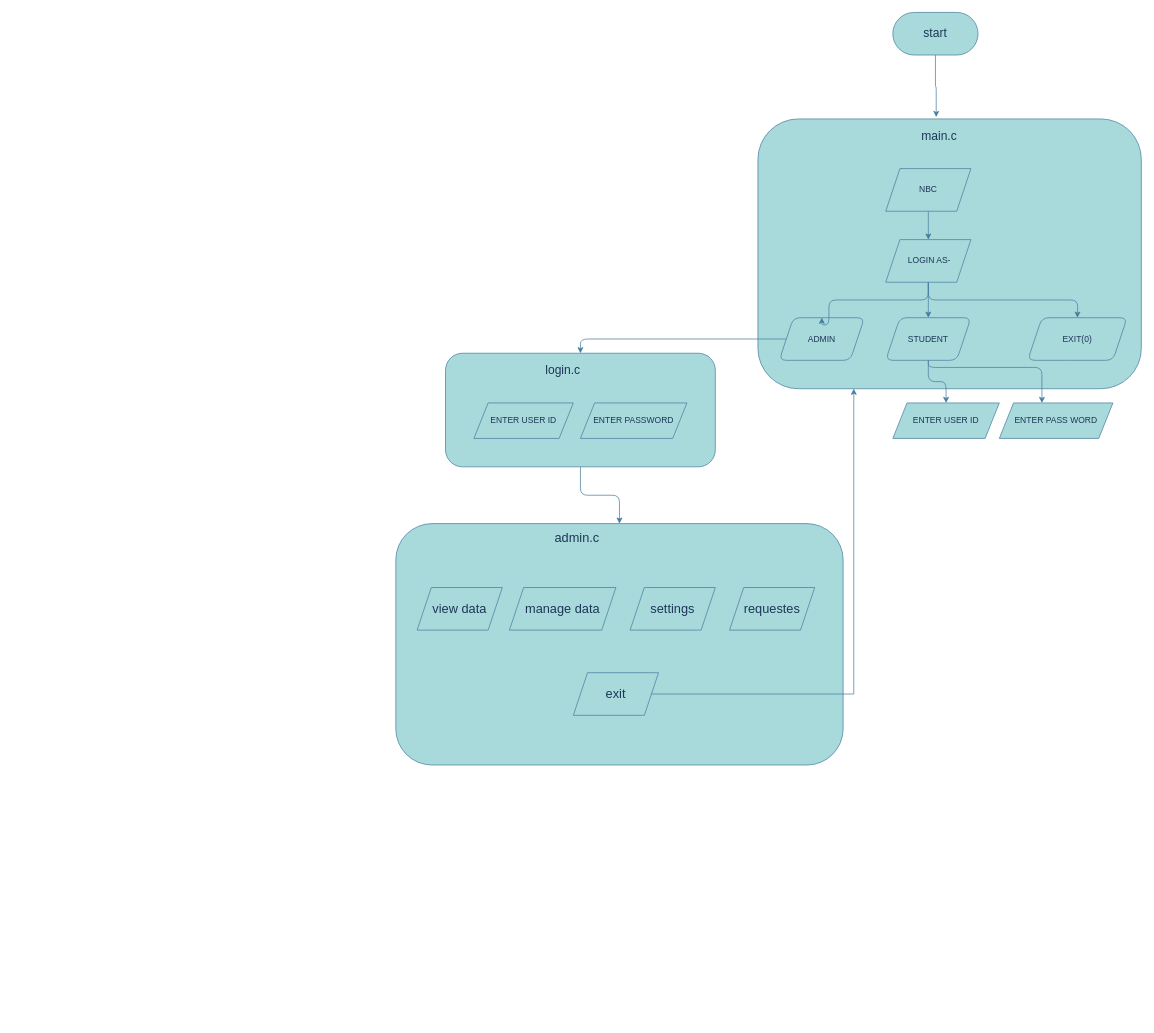
Earlier version of the draw.io diagram NBC.drawio (saha-KUSHAL/nbc). Source tidied: cells renumbered, new cells numbered last; positions are measured from the earlier drawing's top-left corner, leaving out a move shared by most shapes. Both pictures are drawn from the tidied source at 71%, with x=0, y=0 at pixel (395, 12).
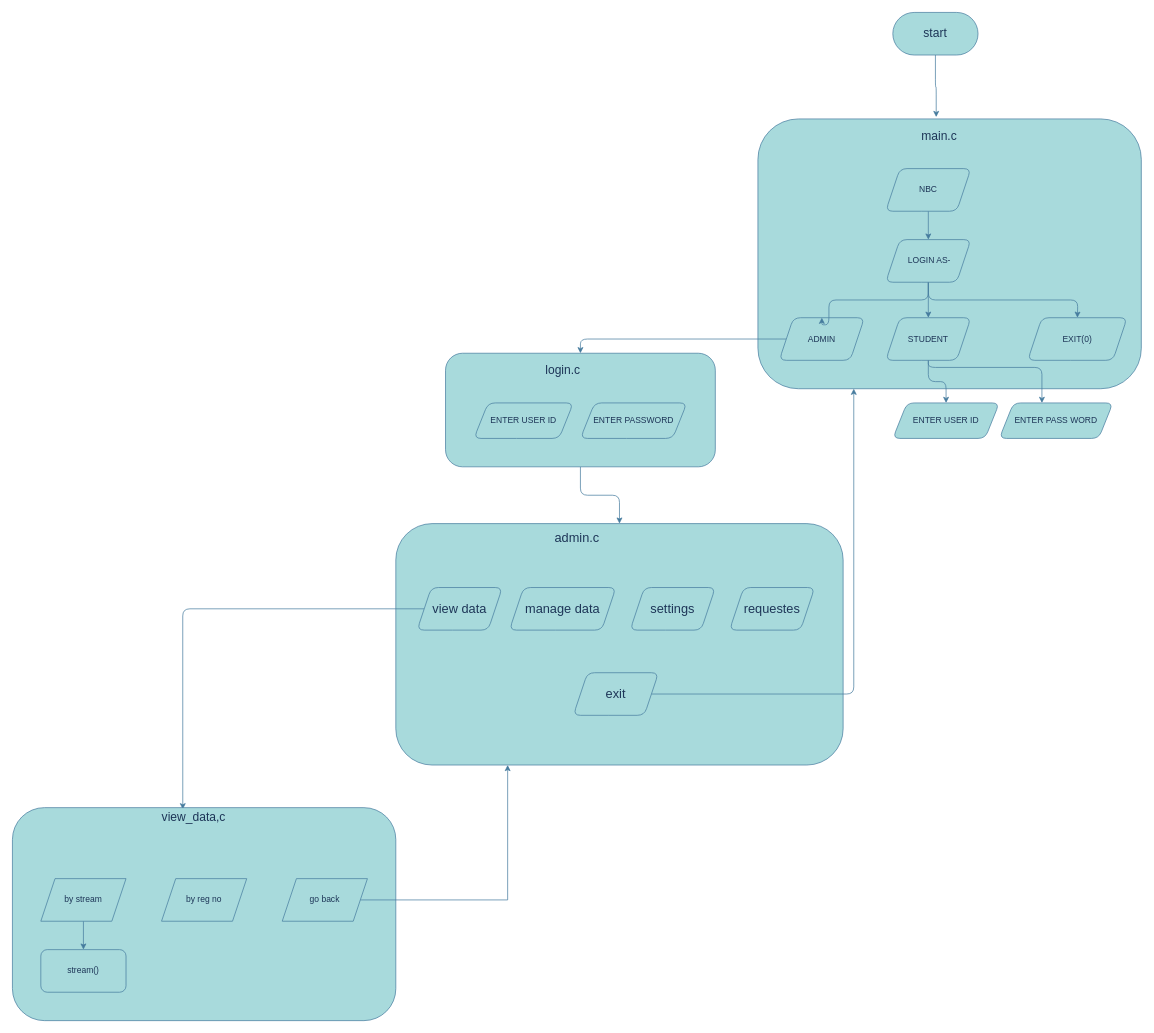
The same diagram, later.

Commit message (it also covers changes not shown here):
view_data flowchart complete

The change refers to these unchanged cells:
```xml
<mxCell id="4" style="rounded=1;whiteSpace=wrap;html=1;labelBackgroundColor=none;fillColor=#A8DADC;strokeColor=#457B9D;fontColor=#1D3557;" parent="1" vertex="1">
  <mxGeometry x="510" y="150" width="540" height="380" as="geometry" />
</mxCell>
<mxCell id="23" style="rounded=1;whiteSpace=wrap;html=1;labelBackgroundColor=none;fillColor=#A8DADC;strokeColor=#457B9D;fontColor=#1D3557;" parent="1" vertex="1">
  <mxGeometry y="720" width="630" height="340" as="geometry" />
</mxCell>
```

Change to the diagram source:
```diff
@@
-    <mxCell id="6" value="NBC" style="shape=parallelogram;perimeter=parallelogramPerimeter;whiteSpace=wrap;html=1;fixedSize=1;fontFamily=Helvetica;fontSize=12;fontColor=#1D3557;align=center;strokeColor=#457B9D;fillColor=#A8DADC;labelBackgroundColor=none;" parent="1" vertex="1">
+    <mxCell id="6" value="NBC" style="shape=parallelogram;perimeter=parallelogramPerimeter;whiteSpace=wrap;html=1;fixedSize=1;fontFamily=Helvetica;fontSize=12;fontColor=#1D3557;align=center;strokeColor=#457B9D;fillColor=#A8DADC;labelBackgroundColor=none;rounded=1;" parent="1" vertex="1">
       <mxGeometry x="690" y="220" width="120" height="60" as="geometry" />
     </mxCell>
@@
-    <mxCell id="12" value="&amp;nbsp;LOGIN AS-" style="shape=parallelogram;perimeter=parallelogramPerimeter;whiteSpace=wrap;html=1;fixedSize=1;fontFamily=Helvetica;fontSize=12;fontColor=#1D3557;align=center;strokeColor=#457B9D;fillColor=#A8DADC;labelBackgroundColor=none;" parent="1" vertex="1">
+    <mxCell id="12" value="&amp;nbsp;LOGIN AS-" style="shape=parallelogram;perimeter=parallelogramPerimeter;whiteSpace=wrap;html=1;fixedSize=1;fontFamily=Helvetica;fontSize=12;fontColor=#1D3557;align=center;strokeColor=#457B9D;fillColor=#A8DADC;labelBackgroundColor=none;rounded=1;" parent="1" vertex="1">
       <mxGeometry x="690" y="320" width="120" height="60" as="geometry" />
     </mxCell>
@@
-    <mxCell id="16" value="ENTER PASSWORD" style="shape=parallelogram;perimeter=parallelogramPerimeter;whiteSpace=wrap;html=1;fixedSize=1;fontFamily=Helvetica;fontSize=12;fontColor=#1D3557;align=center;strokeColor=#457B9D;fillColor=#A8DADC;labelBackgroundColor=none;" parent="1" vertex="1">
+    <mxCell id="16" value="ENTER PASSWORD" style="shape=parallelogram;perimeter=parallelogramPerimeter;whiteSpace=wrap;html=1;fixedSize=1;fontFamily=Helvetica;fontSize=12;fontColor=#1D3557;align=center;strokeColor=#457B9D;fillColor=#A8DADC;labelBackgroundColor=none;rounded=1;" parent="1" vertex="1">
       <mxGeometry x="260" y="550" width="150" height="50" as="geometry" />
     </mxCell>
-    <mxCell id="17" value="ENTER USER ID" style="shape=parallelogram;perimeter=parallelogramPerimeter;whiteSpace=wrap;html=1;fixedSize=1;fontFamily=Helvetica;fontSize=12;fontColor=#1D3557;align=center;strokeColor=#457B9D;fillColor=#A8DADC;labelBackgroundColor=none;" parent="1" vertex="1">
+    <mxCell id="17" value="ENTER USER ID" style="shape=parallelogram;perimeter=parallelogramPerimeter;whiteSpace=wrap;html=1;fixedSize=1;fontFamily=Helvetica;fontSize=12;fontColor=#1D3557;align=center;strokeColor=#457B9D;fillColor=#A8DADC;labelBackgroundColor=none;rounded=1;" parent="1" vertex="1">
       <mxGeometry x="110" y="550" width="140" height="50" as="geometry" />
     </mxCell>
-    <mxCell id="18" value="ENTER USER ID" style="shape=parallelogram;perimeter=parallelogramPerimeter;whiteSpace=wrap;html=1;fixedSize=1;fontFamily=Helvetica;fontSize=12;fontColor=#1D3557;align=center;strokeColor=#457B9D;fillColor=#A8DADC;labelBackgroundColor=none;" parent="1" vertex="1">
+    <mxCell id="18" value="ENTER USER ID" style="shape=parallelogram;perimeter=parallelogramPerimeter;whiteSpace=wrap;html=1;fixedSize=1;fontFamily=Helvetica;fontSize=12;fontColor=#1D3557;align=center;strokeColor=#457B9D;fillColor=#A8DADC;labelBackgroundColor=none;rounded=1;" parent="1" vertex="1">
       <mxGeometry x="700" y="550" width="150" height="50" as="geometry" />
     </mxCell>
-    <mxCell id="19" value="ENTER PASS WORD" style="shape=parallelogram;perimeter=parallelogramPerimeter;whiteSpace=wrap;html=1;fixedSize=1;fontFamily=Helvetica;fontSize=12;fontColor=#1D3557;align=center;strokeColor=#457B9D;fillColor=#A8DADC;labelBackgroundColor=none;" parent="1" vertex="1">
+    <mxCell id="19" value="ENTER PASS WORD" style="shape=parallelogram;perimeter=parallelogramPerimeter;whiteSpace=wrap;html=1;fixedSize=1;fontFamily=Helvetica;fontSize=12;fontColor=#1D3557;align=center;strokeColor=#457B9D;fillColor=#A8DADC;labelBackgroundColor=none;rounded=1;" parent="1" vertex="1">
       <mxGeometry x="850" y="550" width="160" height="50" as="geometry" />
     </mxCell>
@@
-    <mxCell id="21" value="&lt;font style=&quot;font-size: 17px;&quot;&gt;main.c&lt;/font&gt;" style="text;html=1;align=center;verticalAlign=middle;strokeColor=none;fillColor=none;labelBackgroundColor=none;fontColor=#1D3557;" parent="1" vertex="1">
+    <mxCell id="21" value="&lt;font style=&quot;font-size: 17px;&quot;&gt;main.c&lt;/font&gt;" style="text;html=1;align=center;verticalAlign=middle;strokeColor=none;fillColor=none;labelBackgroundColor=none;fontColor=#1D3557;rounded=1;" parent="1" vertex="1">
       <mxGeometry x="730" y="160" width="70" height="30" as="geometry" />
     </mxCell>
-    <mxCell id="22" value="login.c" style="text;html=1;align=center;verticalAlign=middle;strokeColor=none;fillColor=none;fontSize=17;labelBackgroundColor=none;fontColor=#1D3557;" parent="1" vertex="1">
+    <mxCell id="22" value="login.c" style="text;html=1;align=center;verticalAlign=middle;strokeColor=none;fillColor=none;fontSize=17;labelBackgroundColor=none;fontColor=#1D3557;rounded=1;" parent="1" vertex="1">
       <mxGeometry x="200" y="490" width="70" height="30" as="geometry" />
     </mxCell>
@@
-    <mxCell id="26" value="&lt;font style=&quot;font-size: 18px;&quot;&gt;admin.c&lt;/font&gt;" style="text;html=1;align=center;verticalAlign=middle;strokeColor=none;fillColor=none;fontColor=#1D3557;" parent="1" vertex="1">
+    <mxCell id="26" value="&lt;font style=&quot;font-size: 18px;&quot;&gt;admin.c&lt;/font&gt;" style="text;html=1;align=center;verticalAlign=middle;strokeColor=none;fillColor=none;fontColor=#1D3557;rounded=1;labelBackgroundColor=none;" parent="1" vertex="1">
       <mxGeometry x="210" y="720" width="90" height="40" as="geometry" />
     </mxCell>
+    <mxCell id="33" style="edgeStyle=orthogonalEdgeStyle;rounded=1;jettySize=auto;html=1;entryX=0.363;entryY=0.079;entryDx=0;entryDy=0;entryPerimeter=0;fontSize=17;labelBackgroundColor=none;strokeColor=#457B9D;fontColor=default;" parent="1" edge="1" source="27" target="35">
+      <mxGeometry relative="1" as="geometry" />
+    </mxCell>
-    <mxCell id="27" value="view data" style="shape=parallelogram;perimeter=parallelogramPerimeter;whiteSpace=wrap;html=1;fixedSize=1;strokeColor=#457B9D;fontSize=18;fontColor=#1D3557;fillColor=#A8DADC;" parent="1" vertex="1">
+    <mxCell id="27" value="view data" style="shape=parallelogram;perimeter=parallelogramPerimeter;whiteSpace=wrap;html=1;fixedSize=1;strokeColor=#457B9D;fontSize=18;fontColor=#1D3557;fillColor=#A8DADC;rounded=1;labelBackgroundColor=none;" parent="1" vertex="1">
       <mxGeometry x="30" y="810" width="120" height="60" as="geometry" />
     </mxCell>
-    <mxCell id="28" value="manage data" style="shape=parallelogram;perimeter=parallelogramPerimeter;whiteSpace=wrap;html=1;fixedSize=1;strokeColor=#457B9D;fontSize=18;fontColor=#1D3557;fillColor=#A8DADC;" parent="1" vertex="1">
+    <mxCell id="28" value="manage data" style="shape=parallelogram;perimeter=parallelogramPerimeter;whiteSpace=wrap;html=1;fixedSize=1;strokeColor=#457B9D;fontSize=18;fontColor=#1D3557;fillColor=#A8DADC;rounded=1;labelBackgroundColor=none;" parent="1" vertex="1">
       <mxGeometry x="160" y="810" width="150" height="60" as="geometry" />
     </mxCell>
-    <mxCell id="29" value="settings" style="shape=parallelogram;perimeter=parallelogramPerimeter;whiteSpace=wrap;html=1;fixedSize=1;strokeColor=#457B9D;fontSize=18;fontColor=#1D3557;fillColor=#A8DADC;" parent="1" vertex="1">
+    <mxCell id="29" value="settings" style="shape=parallelogram;perimeter=parallelogramPerimeter;whiteSpace=wrap;html=1;fixedSize=1;strokeColor=#457B9D;fontSize=18;fontColor=#1D3557;fillColor=#A8DADC;rounded=1;labelBackgroundColor=none;" parent="1" vertex="1">
       <mxGeometry x="330" y="810" width="120" height="60" as="geometry" />
     </mxCell>
-    <mxCell id="30" style="edgeStyle=orthogonalEdgeStyle;rounded=0;jettySize=auto;html=1;entryX=0.25;entryY=1;entryDx=0;entryDy=0;strokeColor=#457B9D;fontSize=18;fontColor=#1D3557;fillColor=#A8DADC;" parent="1" edge="1" source="31" target="4">
+    <mxCell id="30" style="edgeStyle=orthogonalEdgeStyle;rounded=1;jettySize=auto;html=1;entryX=0.25;entryY=1;entryDx=0;entryDy=0;strokeColor=#457B9D;fontSize=18;fontColor=default;fillColor=#A8DADC;labelBackgroundColor=none;" parent="1" edge="1" source="31" target="4">
       <mxGeometry relative="1" as="geometry" />
     </mxCell>
-    <mxCell id="31" value="exit" style="shape=parallelogram;perimeter=parallelogramPerimeter;whiteSpace=wrap;html=1;fixedSize=1;strokeColor=#457B9D;fontSize=18;fontColor=#1D3557;fillColor=#A8DADC;" parent="1" vertex="1">
+    <mxCell id="31" value="exit" style="shape=parallelogram;perimeter=parallelogramPerimeter;whiteSpace=wrap;html=1;fixedSize=1;strokeColor=#457B9D;fontSize=18;fontColor=#1D3557;fillColor=#A8DADC;rounded=1;labelBackgroundColor=none;" parent="1" vertex="1">
       <mxGeometry x="250" y="930" width="120" height="60" as="geometry" />
     </mxCell>
-    <mxCell id="32" value="requestes" style="shape=parallelogram;perimeter=parallelogramPerimeter;whiteSpace=wrap;html=1;fixedSize=1;strokeColor=#457B9D;fontSize=18;fontColor=#1D3557;fillColor=#A8DADC;" parent="1" vertex="1">
+    <mxCell id="32" value="requestes" style="shape=parallelogram;perimeter=parallelogramPerimeter;whiteSpace=wrap;html=1;fixedSize=1;strokeColor=#457B9D;fontSize=18;fontColor=#1D3557;fillColor=#A8DADC;rounded=1;labelBackgroundColor=none;" parent="1" vertex="1">
       <mxGeometry x="470" y="810" width="120" height="60" as="geometry" />
     </mxCell>
+    <mxCell id="34" style="rounded=1;whiteSpace=wrap;html=1;labelBackgroundColor=none;fillColor=#A8DADC;strokeColor=#457B9D;fontColor=#1D3557;" parent="1" vertex="1">
+      <mxGeometry x="-540" y="1120" width="540" height="300" as="geometry" />
+    </mxCell>
+    <mxCell id="35" value="&lt;font style=&quot;font-size: 17px;&quot;&gt;view_data,c&lt;/font&gt;" style="text;html=1;align=center;verticalAlign=middle;points=[];strokeColor=none;fillColor=none;rounded=1;labelBackgroundColor=none;fontColor=#1D3557;" parent="1" vertex="1">
+      <mxGeometry x="-340" y="1120" width="110" height="30" as="geometry" />
+    </mxCell>
+    <mxCell id="36" style="edgeStyle=orthogonalEdgeStyle;rounded=0;jettySize=auto;html=1;entryX=0.5;entryY=0;entryDx=0;entryDy=0;strokeColor=#457B9D;fontColor=#1D3557;fillColor=#A8DADC;" parent="1" edge="1" source="37" target="41">
+      <mxGeometry relative="1" as="geometry" />
+    </mxCell>
+    <mxCell id="37" value="by stream" style="shape=parallelogram;perimeter=parallelogramPerimeter;whiteSpace=wrap;html=1;fixedSize=1;strokeColor=#457B9D;fontColor=#1D3557;fillColor=#A8DADC;" parent="1" vertex="1">
+      <mxGeometry x="-500" y="1220" width="120" height="60" as="geometry" />
+    </mxCell>
+    <mxCell id="38" value="by reg no" style="shape=parallelogram;perimeter=parallelogramPerimeter;whiteSpace=wrap;html=1;fixedSize=1;strokeColor=#457B9D;fontColor=#1D3557;fillColor=#A8DADC;" parent="1" vertex="1">
+      <mxGeometry x="-330" y="1220" width="120" height="60" as="geometry" />
+    </mxCell>
+    <mxCell id="39" style="edgeStyle=orthogonalEdgeStyle;rounded=0;jettySize=auto;html=1;entryX=0.25;entryY=1;entryDx=0;entryDy=0;strokeColor=#457B9D;fontColor=#1D3557;fillColor=#A8DADC;" parent="1" edge="1" source="40" target="23">
+      <mxGeometry relative="1" as="geometry" />
+    </mxCell>
+    <mxCell id="40" value="go back" style="shape=parallelogram;perimeter=parallelogramPerimeter;whiteSpace=wrap;html=1;fixedSize=1;strokeColor=#457B9D;fontColor=#1D3557;fillColor=#A8DADC;" parent="1" vertex="1">
+      <mxGeometry x="-160" y="1220" width="120" height="60" as="geometry" />
+    </mxCell>
+    <mxCell id="41" value="stream()" style="rounded=1;whiteSpace=wrap;html=1;strokeColor=#457B9D;fontColor=#1D3557;fillColor=#A8DADC;" parent="1" vertex="1">
+      <mxGeometry x="-500" y="1320" width="120" height="60" as="geometry" />
+    </mxCell>
```
